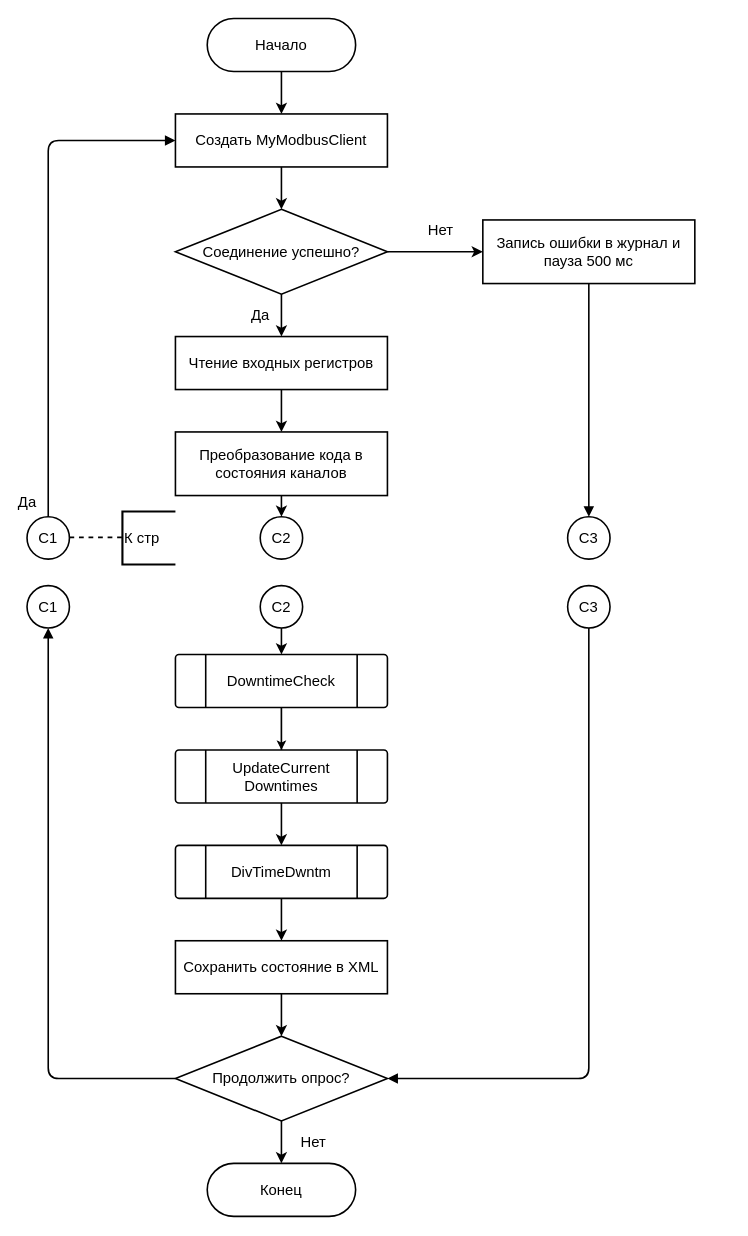
Before: page "Page-2" (2 of 5) of diagrams/Untitled Diagram.drawio in KhasanovAMdev/MyDiagrams, a draw.io diagram. Source tidied: cells renumbered, new cells numbered last; positions are measured from the earlier drawing's top-left corner, leaving out a move shared by most shapes. Both pictures are drawn from the tidied source at 106%, with x=0, y=0 at pixel (26, 18).
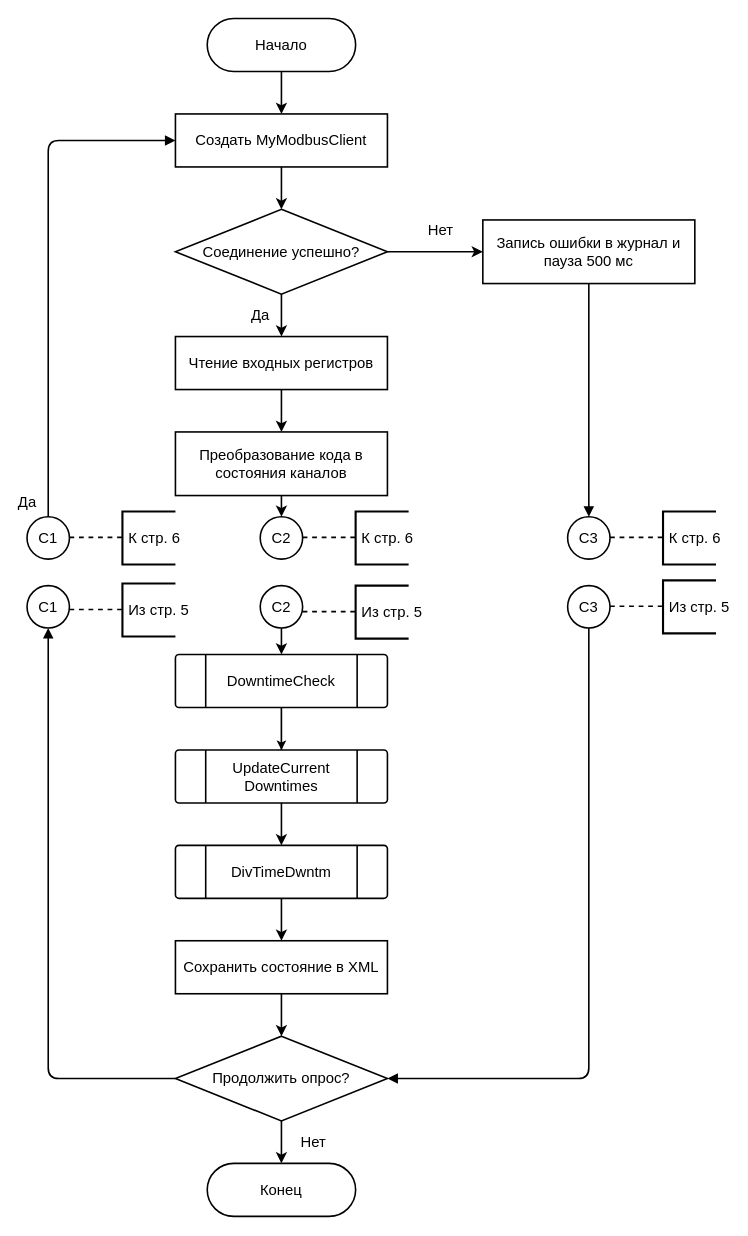
After the change.

The edit, as a diff of the source:
```diff
@@
-    <mxCell id="38" value="К стр" style="strokeWidth=2;html=1;shape=mxgraph.flowchart.annotation_1;align=left;strokeColor=#000000;verticalAlign=middle;fontFamily=Helvetica;fontSize=14;fontColor=default;fillColor=#ffffff;" parent="1" vertex="1">
+    <mxCell id="38" value="&amp;nbsp;К стр. 6" style="strokeWidth=2;html=1;shape=mxgraph.flowchart.annotation_1;align=left;strokeColor=#000000;verticalAlign=middle;fontFamily=Helvetica;fontSize=14;fontColor=default;fillColor=#ffffff;" parent="1" vertex="1">
       <mxGeometry x="90" y="465" width="50" height="50" as="geometry" />
     </mxCell>
+    <mxCell id="39" style="edgeStyle=orthogonalEdgeStyle;html=1;strokeWidth=1.5;endArrow=none;endFill=0;fontSize=14;dashed=1;" parent="1" edge="1">
+      <mxGeometry relative="1" as="geometry">
+        <mxPoint x="40" y="557.5" as="sourcePoint" />
+        <mxPoint x="90" y="557.5" as="targetPoint" />
+      </mxGeometry>
+    </mxCell>
+    <mxCell id="40" value="&amp;nbsp;Из стр. 5" style="strokeWidth=2;html=1;shape=mxgraph.flowchart.annotation_1;align=left;strokeColor=#000000;verticalAlign=middle;fontFamily=Helvetica;fontSize=14;fontColor=default;fillColor=#ffffff;" parent="1" vertex="1">
+      <mxGeometry x="90" y="533" width="50" height="50" as="geometry" />
+    </mxCell>
+    <mxCell id="41" style="edgeStyle=orthogonalEdgeStyle;html=1;strokeWidth=1.5;endArrow=none;endFill=0;fontSize=14;dashed=1;" parent="1" edge="1">
+      <mxGeometry relative="1" as="geometry">
+        <mxPoint x="260" y="489.5" as="sourcePoint" />
+        <mxPoint x="310" y="489.5" as="targetPoint" />
+      </mxGeometry>
+    </mxCell>
+    <mxCell id="42" value="&amp;nbsp;К стр. 6" style="strokeWidth=2;html=1;shape=mxgraph.flowchart.annotation_1;align=left;strokeColor=#000000;verticalAlign=middle;fontFamily=Helvetica;fontSize=14;fontColor=default;fillColor=#ffffff;" parent="1" vertex="1">
+      <mxGeometry x="310" y="465" width="50" height="50" as="geometry" />
+    </mxCell>
+    <mxCell id="43" style="edgeStyle=orthogonalEdgeStyle;html=1;strokeWidth=1.5;endArrow=none;endFill=0;fontSize=14;dashed=1;" parent="1" edge="1">
+      <mxGeometry relative="1" as="geometry">
+        <mxPoint x="260" y="559.5" as="sourcePoint" />
+        <mxPoint x="310" y="559.5" as="targetPoint" />
+      </mxGeometry>
+    </mxCell>
+    <mxCell id="44" value="&amp;nbsp;Из стр. 5" style="strokeWidth=2;html=1;shape=mxgraph.flowchart.annotation_1;align=left;strokeColor=#000000;verticalAlign=middle;fontFamily=Helvetica;fontSize=14;fontColor=default;fillColor=#ffffff;" parent="1" vertex="1">
+      <mxGeometry x="310" y="535" width="50" height="50" as="geometry" />
+    </mxCell>
+    <mxCell id="45" style="edgeStyle=orthogonalEdgeStyle;html=1;strokeWidth=1.5;endArrow=none;endFill=0;fontSize=14;dashed=1;" parent="1" edge="1">
+      <mxGeometry relative="1" as="geometry">
+        <mxPoint x="550" y="489.5" as="sourcePoint" />
+        <mxPoint x="600" y="489.5" as="targetPoint" />
+      </mxGeometry>
+    </mxCell>
+    <mxCell id="46" value="&amp;nbsp;К стр. 6" style="strokeWidth=2;html=1;shape=mxgraph.flowchart.annotation_1;align=left;strokeColor=#000000;verticalAlign=middle;fontFamily=Helvetica;fontSize=14;fontColor=default;fillColor=#ffffff;" parent="1" vertex="1">
+      <mxGeometry x="600" y="465" width="50" height="50" as="geometry" />
+    </mxCell>
+    <mxCell id="47" style="edgeStyle=orthogonalEdgeStyle;html=1;strokeWidth=1.5;endArrow=none;endFill=0;fontSize=14;dashed=1;" parent="1" edge="1">
+      <mxGeometry relative="1" as="geometry">
+        <mxPoint x="550" y="554.5" as="sourcePoint" />
+        <mxPoint x="600" y="554.5" as="targetPoint" />
+      </mxGeometry>
+    </mxCell>
+    <mxCell id="48" value="&amp;nbsp;Из стр. 5" style="strokeWidth=2;html=1;shape=mxgraph.flowchart.annotation_1;align=left;strokeColor=#000000;verticalAlign=middle;fontFamily=Helvetica;fontSize=14;fontColor=default;fillColor=#ffffff;" parent="1" vertex="1">
+      <mxGeometry x="600" y="530" width="50" height="50" as="geometry" />
+    </mxCell>
```
